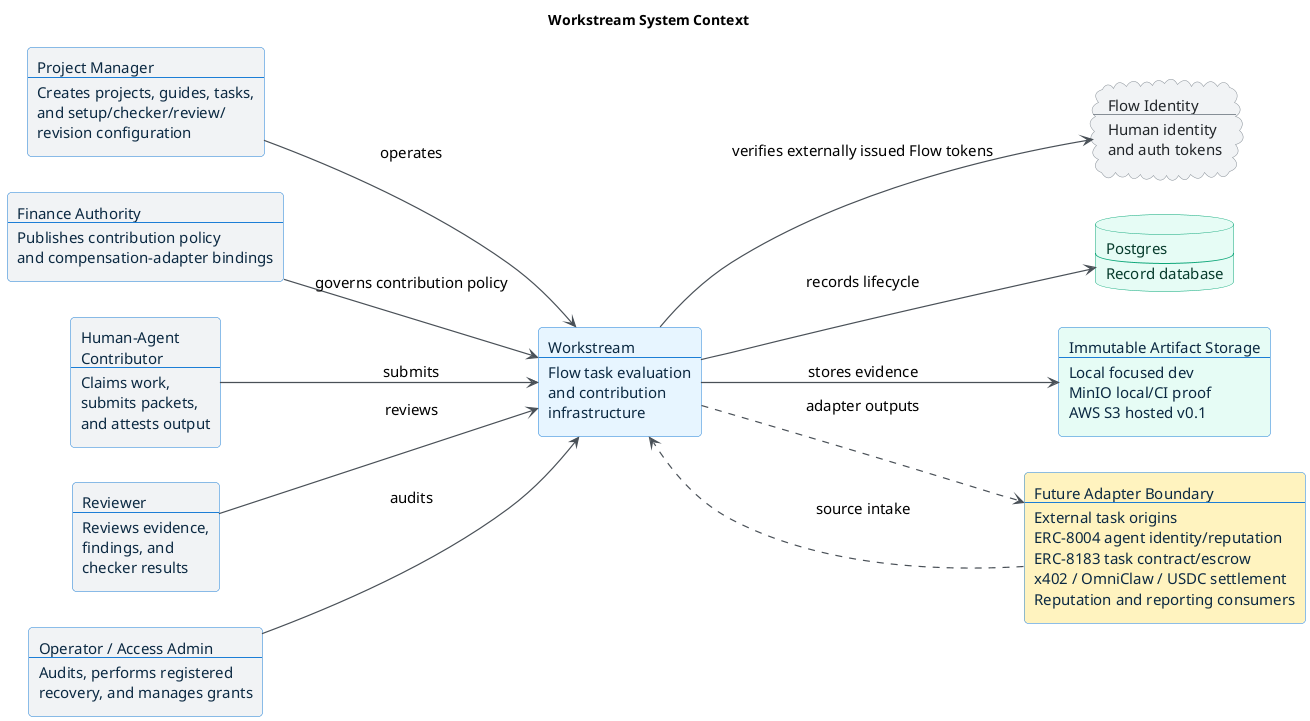
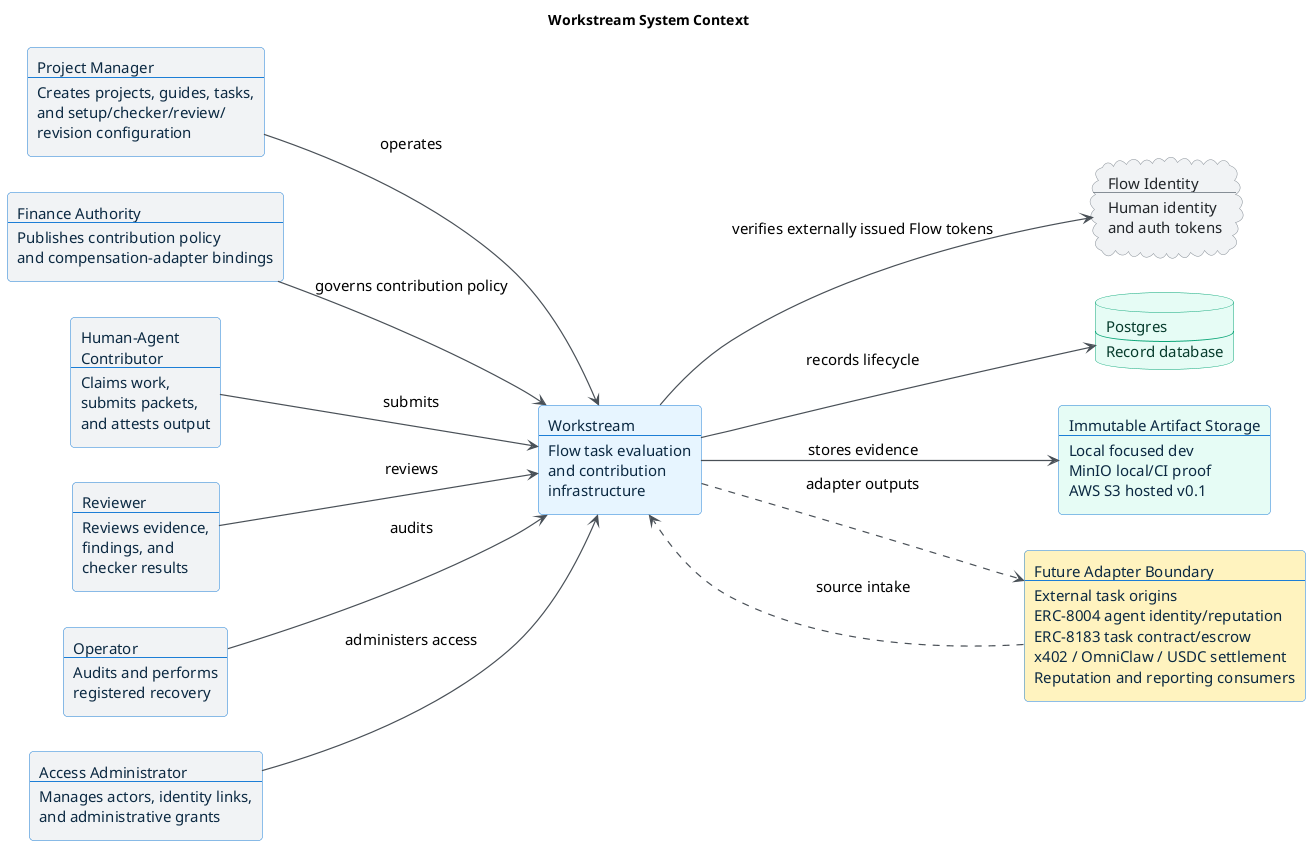
@startuml workstream_context
title Workstream System Context

left to right direction

skinparam backgroundColor #FFFFFF
skinparam shadowing false
skinparam roundcorner 8
skinparam defaultFontName Arial
skinparam defaultFontSize 15
skinparam ArrowColor #495057
skinparam ArrowThickness 1.2
skinparam packageStyle rectangle
skinparam rectangle {
  BorderColor #1C7ED6
  BackgroundColor #E7F5FF
  FontColor #0B2942
}
skinparam database {
  BorderColor #0CA678
  BackgroundColor #E6FCF5
  FontColor #063B2C
}
skinparam cloud {
  BorderColor #868E96
  BackgroundColor #F1F3F5
  FontColor #212529
}

rectangle "Project Manager\n----\nCreates projects, guides, tasks,\nand setup/checker/review/\nrevision configuration" as project_manager #F1F3F5
rectangle "Finance Authority\n----\nPublishes contribution policy\nand compensation-adapter bindings" as finance_authority #F1F3F5
rectangle "Human-Agent\nContributor\n----\nClaims work,\nsubmits packets,\nand attests output" as contributor #F1F3F5
rectangle "Reviewer\n----\nReviews evidence,\nfindings, and\nchecker results" as reviewer #F1F3F5
- rectangle "Operator / Access Admin\n----\nAudits, performs registered\nrecovery, and manages grants" as operator #F1F3F5
+ rectangle "Operator\n----\nAudits and performs\nregistered recovery" as operator #F1F3F5
+ rectangle "Access Administrator\n----\nManages actors, identity links,\nand administrative grants" as access_administrator #F1F3F5

rectangle "Workstream\n----\nFlow task evaluation\nand contribution\ninfrastructure" as workstream #E7F5FF

cloud "Flow Identity\n----\nHuman identity\nand auth tokens" as flow_auth
database "Postgres\n----\nRecord database" as postgres
rectangle "Immutable Artifact Storage\n----\nLocal focused dev\nMinIO local/CI proof\nAWS S3 hosted v0.1" as storage #E6FCF5

rectangle "Future Adapter Boundary\n----\nExternal task origins\nERC-8004 agent identity/reputation\nERC-8183 task contract/escrow\nx402 / OmniClaw / USDC settlement\nReputation and reporting consumers" as future_boundary #FFF3BF

project_manager --> workstream : operates
finance_authority --> workstream : governs contribution policy
contributor --> workstream : submits
reviewer --> workstream : reviews
operator --> workstream : audits
+ access_administrator --> workstream : administers access

workstream --> flow_auth : verifies externally issued Flow tokens
workstream --> postgres : records lifecycle
workstream --> storage : stores evidence

future_boundary ..> workstream : source intake
workstream ..> future_boundary : adapter outputs

@enduml
